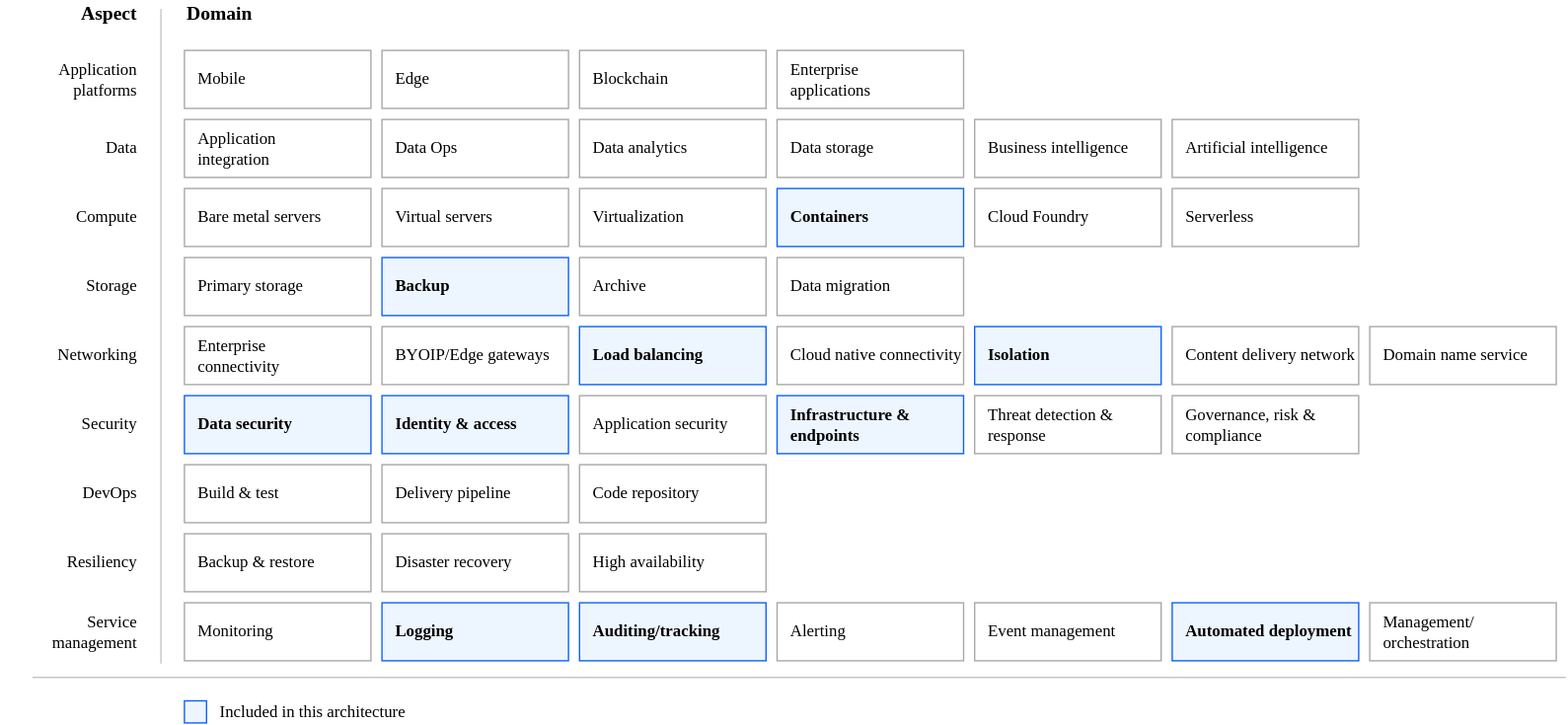
This is reference-architecture/heat-map-deploy-arch-ocp-fully-configurable.svg from terraform-ibm-modules/terraform-ibm-base-ocp-vpc, a draw.io export, as it was before one commit. Source tidied: cells renumbered, new cells last; positions are measured from the earlier drawing's top-left corner, leaving out a move shared by most shapes.
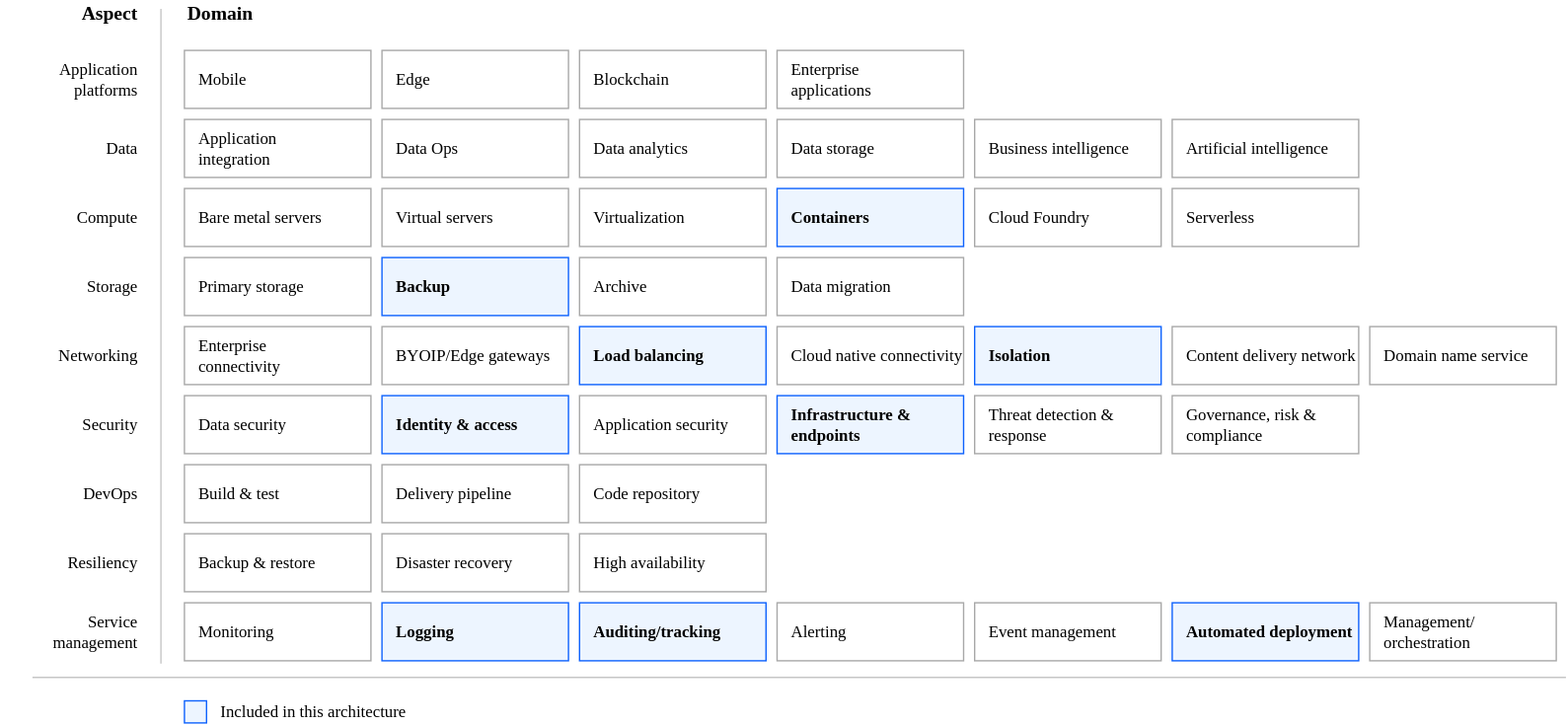
Later version of the same file.

Change to the diagram source:
```diff
@@ -20,7 +20,7 @@
     <mxCell id="7" value="Build &amp;amp; test" style="rounded=0;whiteSpace=wrap;html=1;strokeColor=#A8A8A8;align=left;spacingLeft=8;fontFamily=IBM Plex Sans;" parent="1" vertex="1">
       <mxGeometry x="133" y="336" width="135" height="42" as="geometry" />
     </mxCell>
-    <mxCell id="8" value="Data security" style="rounded=0;whiteSpace=wrap;html=1;strokeColor=#0E62FD;align=left;spacingLeft=8;fontFamily=IBM Plex Sans;fontStyle=1;fillColor=#EDF5FF;" parent="1" vertex="1">
+    <mxCell id="8" value="Data security" style="rounded=0;whiteSpace=wrap;html=1;strokeColor=#A8A8A8;align=left;spacingLeft=8;fontFamily=IBM Plex Sans;fontStyle=0;fillColor=default;" parent="1" vertex="1">
       <mxGeometry x="133" y="286" width="135" height="42" as="geometry" />
     </mxCell>
     <mxCell id="9" value="Backup &amp;amp; restore" style="rounded=0;whiteSpace=wrap;html=1;strokeColor=#A8A8A8;align=left;spacingLeft=8;fontFamily=IBM Plex Sans;" parent="1" vertex="1">
```
